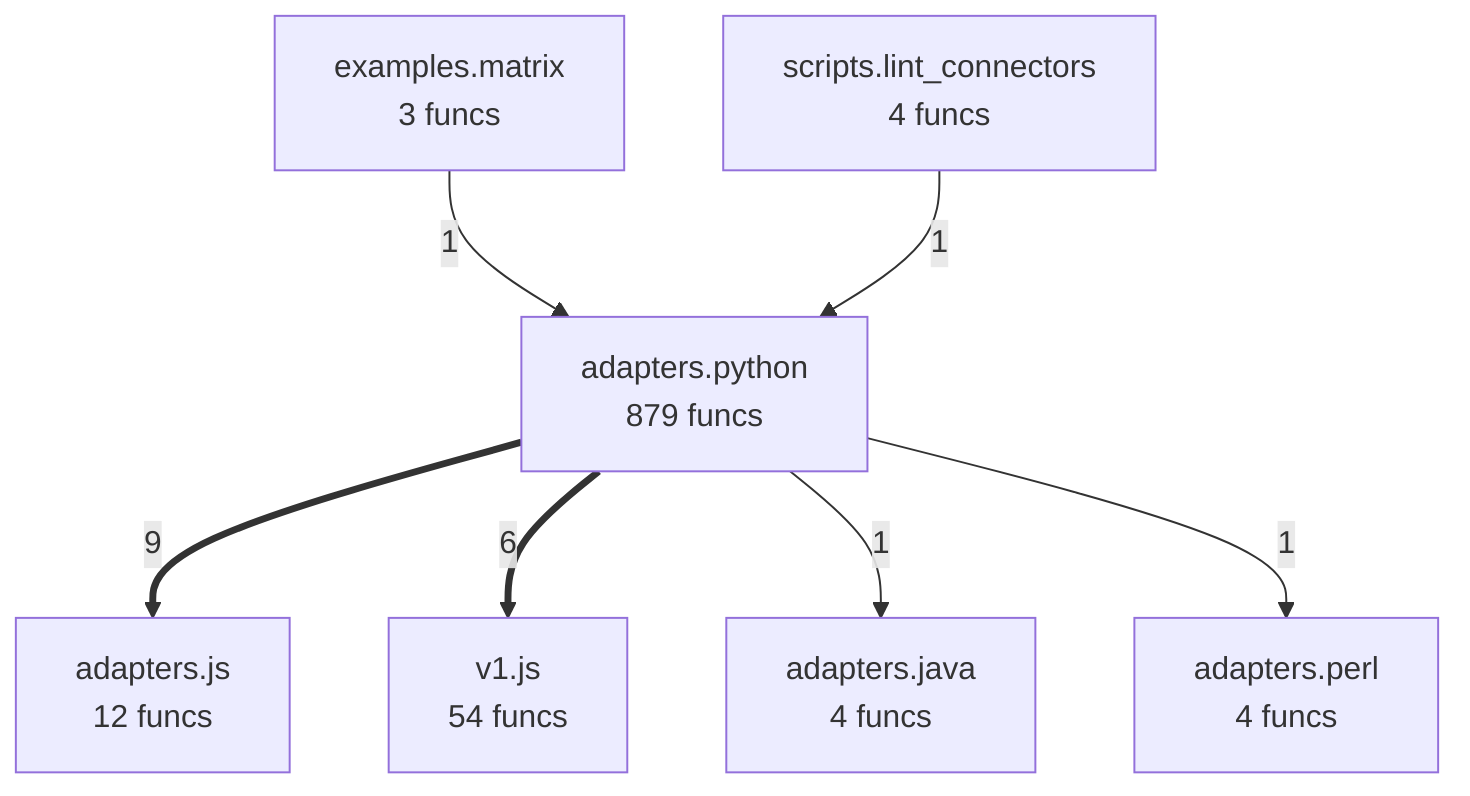
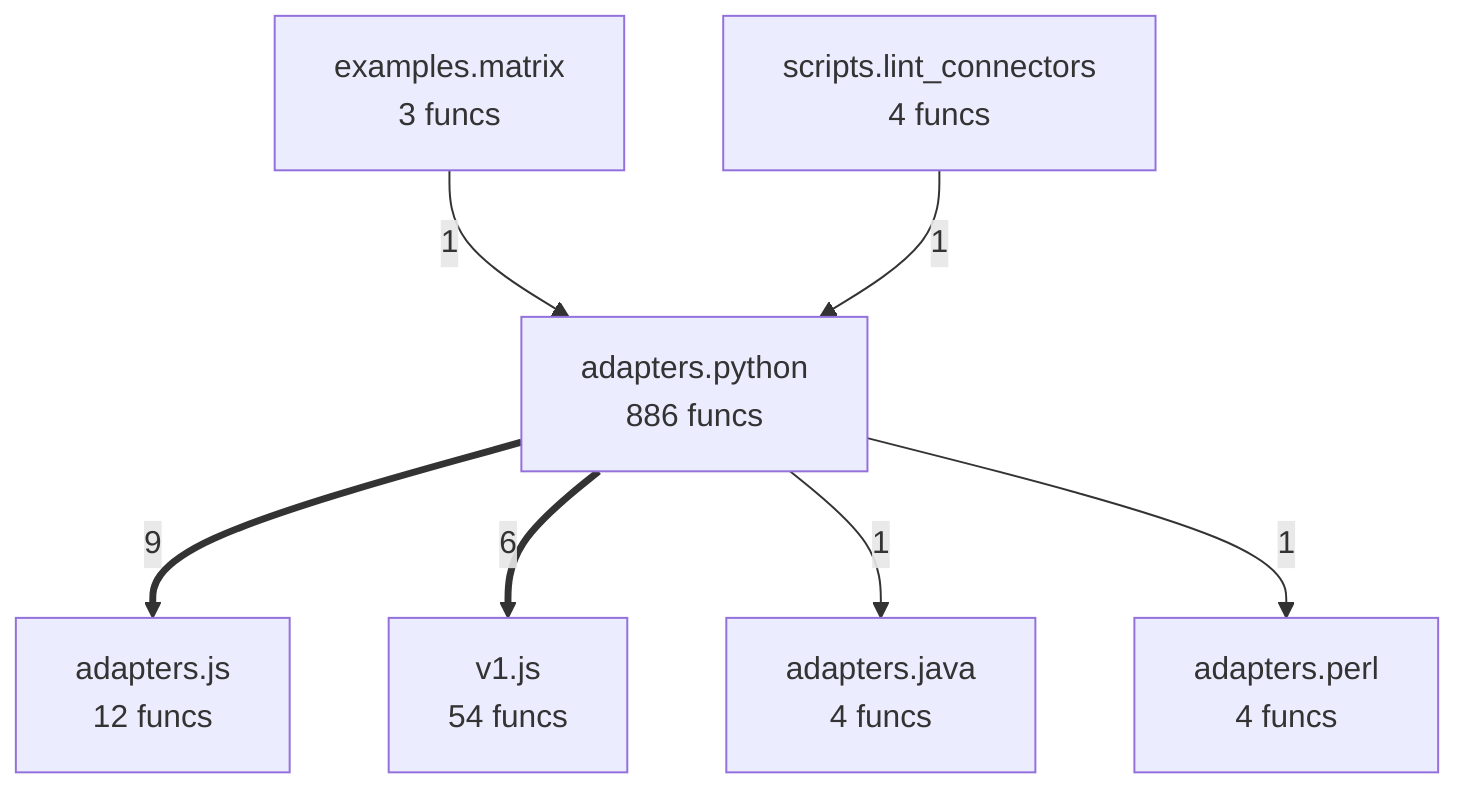
flowchart TD
%% generated in 0.02s
    adapters__java["adapters.java<br/>4 funcs"]
    adapters__js["adapters.js<br/>12 funcs"]
    adapters__perl["adapters.perl<br/>4 funcs"]
-     adapters__python["adapters.python<br/>879 funcs"]
+     adapters__python["adapters.python<br/>886 funcs"]
    examples__matrix["examples.matrix<br/>3 funcs"]
    scripts__lint_connectors["scripts.lint_connectors<br/>4 funcs"]
    v1__js["v1.js<br/>54 funcs"]
    adapters__python ==>|9| adapters__js
    adapters__python ==>|6| v1__js
    examples__matrix -->|1| adapters__python
    scripts__lint_connectors -->|1| adapters__python
    adapters__python -->|1| adapters__java
    adapters__python -->|1| adapters__perl
